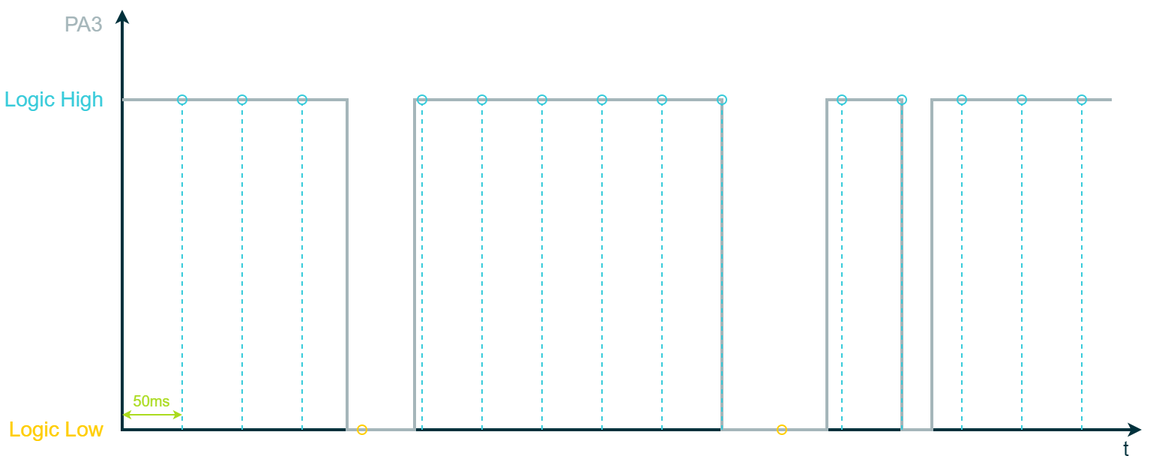
This is draw.io/PE Articles/ChibiOS getting started/Mastering External Interrupts with ChibiOS PAL/Polling on a line (PE).png from PLAY-Embedded/pe_assets, a draw.io export, as it was before one commit. Source tidied: cells renumbered, new cells last; positions are measured from the earlier drawing's top-left corner, leaving out a move shared by most shapes.
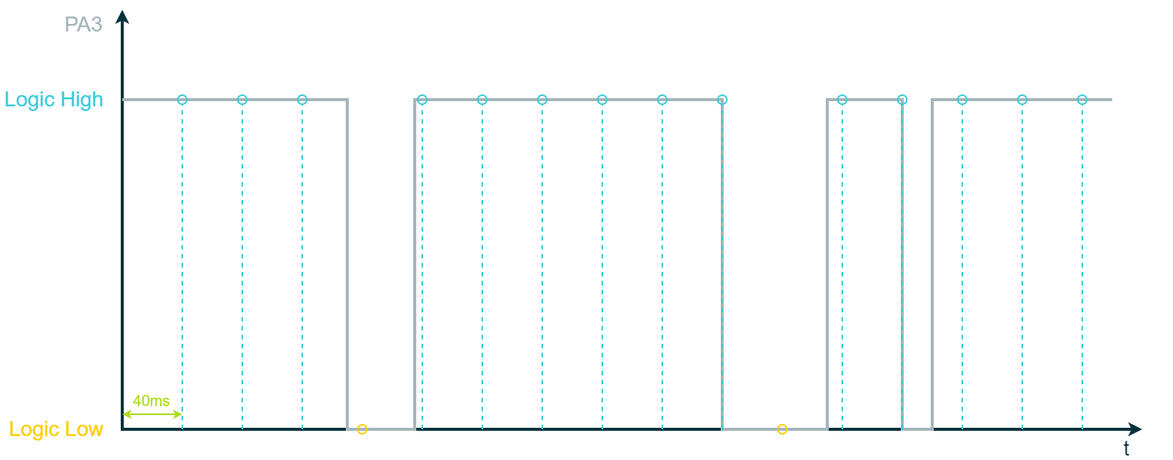
The same file after the commit.

Commit message:
Added additional timing diagrams for the EXTI article

Diff of the diagram source:
```diff
@@ -147,7 +147,7 @@
         <mxPoint x="120" y="270" as="targetPoint" />
       </mxGeometry>
     </mxCell>
-    <mxCell id="27" value="&lt;font style=&quot;font-size: 10px;&quot; color=&quot;#aadb1e&quot;&gt;50ms&lt;/font&gt;" style="rounded=0;whiteSpace=wrap;html=1;strokeColor=none;strokeWidth=2;fontFamily=Arial;fontSize=14;fontColor=#FFCD00;fillColor=none;align=center;" parent="1" vertex="1">
+    <mxCell id="27" value="&lt;font style=&quot;font-size: 10px;&quot; color=&quot;#aadb1e&quot;&gt;40ms&lt;/font&gt;" style="rounded=0;whiteSpace=wrap;html=1;strokeColor=none;strokeWidth=2;fontFamily=Arial;fontSize=14;fontColor=#FFCD00;fillColor=none;align=center;" parent="1" vertex="1">
       <mxGeometry x="80" y="250" width="40" height="20" as="geometry" />
     </mxCell>
   </root>
```
